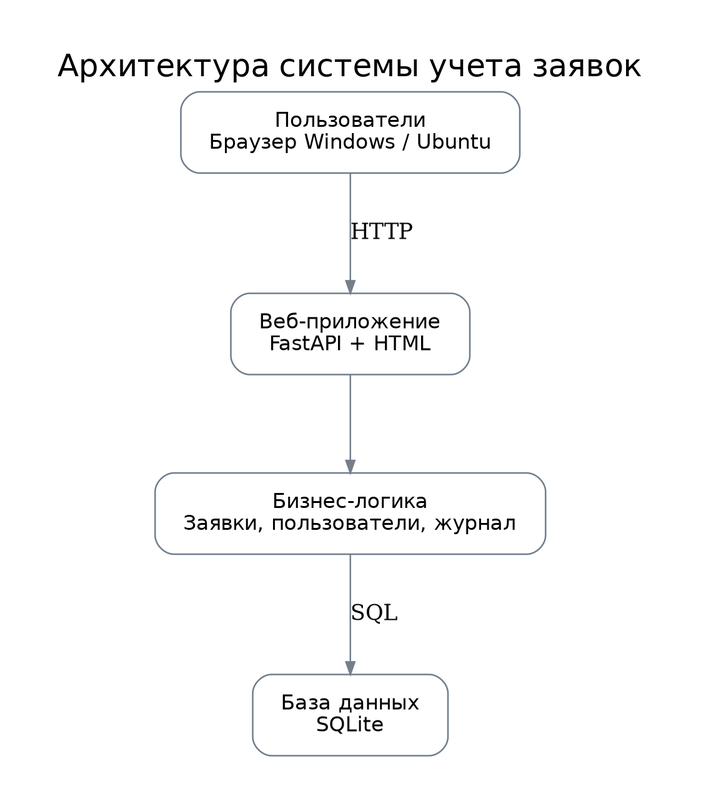
This is docs/images/architecture.png from mvkorob/vkr, a Graphviz export, as it was before one commit. Its source is kept beside it as docs/diagrams/architecture.dot.
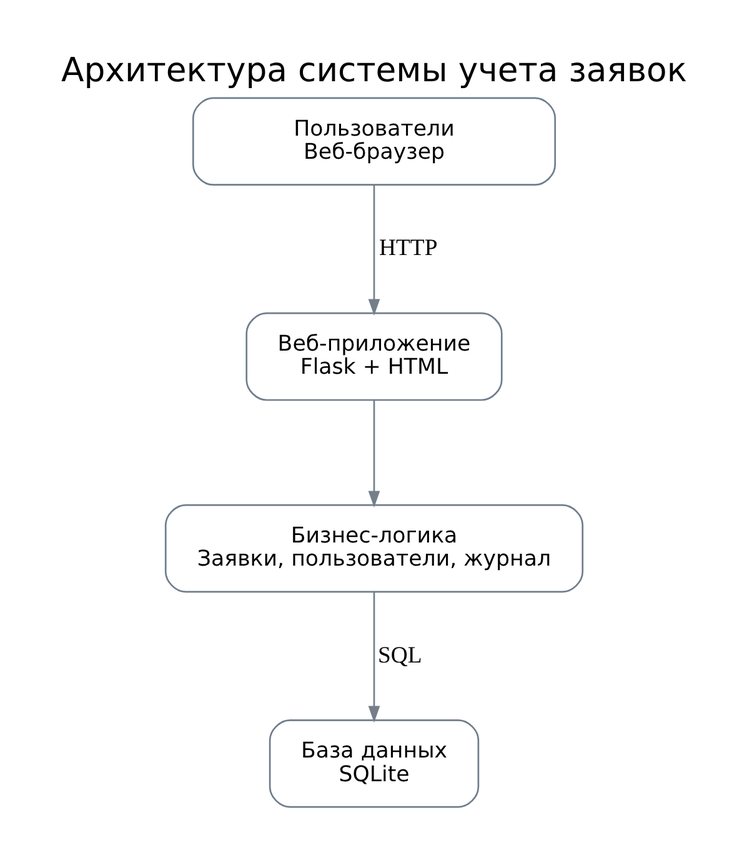
Above is the later version.

Diff of the diagram source:
```diff
@@ -2,8 +2,8 @@
   graph [label="Архитектура системы учета заявок", labelloc=t, fontsize=20, fontname="DejaVu Sans", rankdir=TB, nodesep=0.7, ranksep=0.85, bgcolor=white, pad="0.4"];
   node [shape=box, style="rounded", color="#6f7d8c", fontname="DejaVu Sans", fontsize=13, margin="0.25,0.16"];
   edge [color="#747f8a", arrowsize=0.8];
-  browser [label="Пользователи\nБраузер Windows / Ubuntu"];
-  web [label="Веб-приложение\nFastAPI + HTML"];
+  browser [label="Пользователи\nВеб-браузер"];
+  web [label="Веб-приложение\nFlask + HTML"];
   business [label="Бизнес-логика\nЗаявки, пользователи, журнал"];
   db [label="База данных\nSQLite"];
   browser -> web [label="HTTP"];
```
